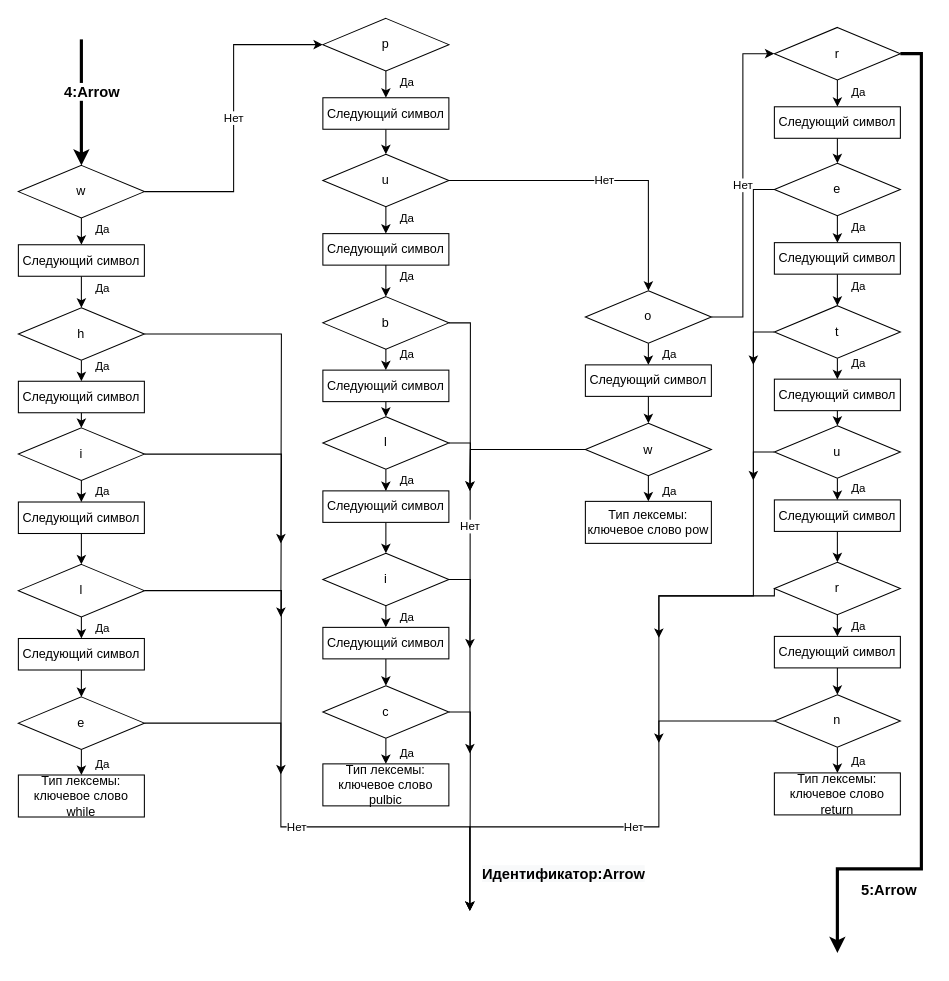
This is finally_automat5.drawio from DieNice/CourseTranslator, a draw.io file, before an edit. Source tidied: cells renumbered, new cells numbered last; positions are measured from the earlier drawing's top-left corner, leaving out a move shared by most shapes. Both pictures are drawn from the tidied source at 105%, with x=0, y=0 at pixel (18, 18).
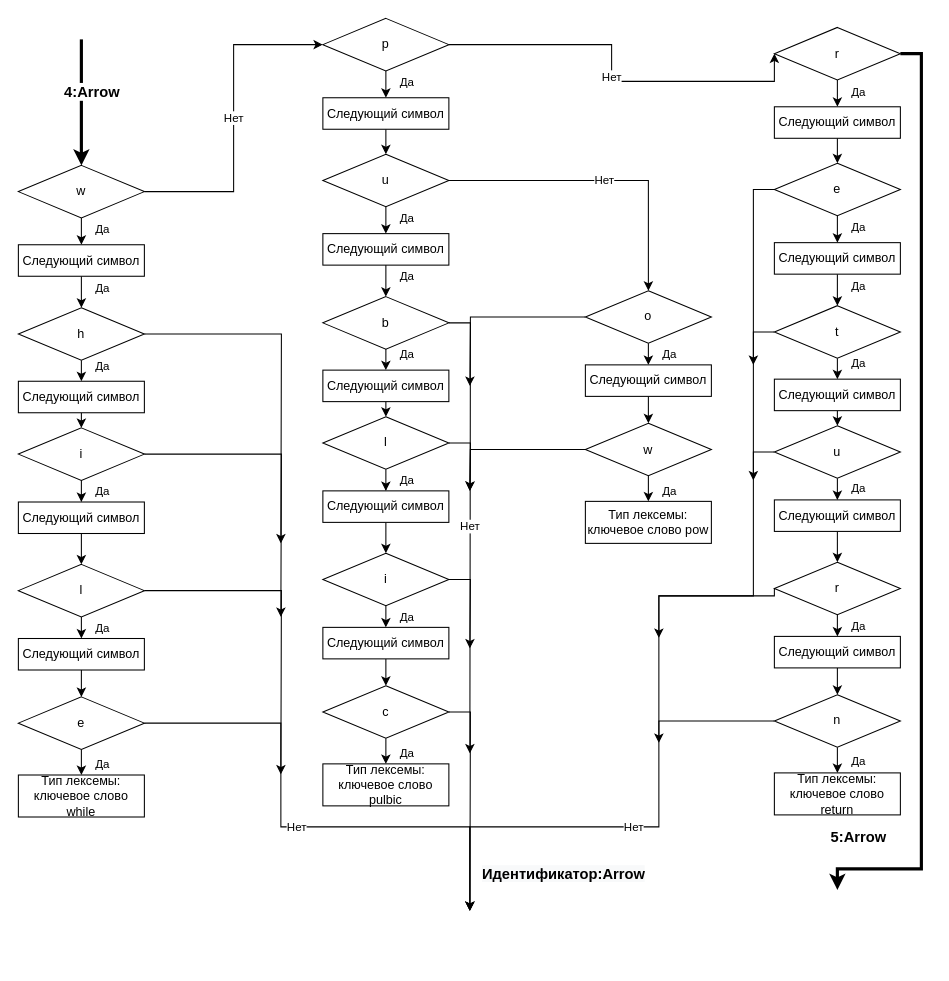
The same diagram, later.

The change refers to these unchanged cells:
```xml
<mxCell id="55" value="o" style="rhombus;whiteSpace=wrap;html=1;" parent="1" vertex="1">
  <mxGeometry x="540" y="259.4" width="120" height="50" as="geometry" />
</mxCell>
<mxCell id="64" value="p" style="rhombus;whiteSpace=wrap;html=1;" parent="1" vertex="1">
  <mxGeometry x="290" width="120" height="50" as="geometry" />
</mxCell>
<mxCell id="94" value="r" style="rhombus;whiteSpace=wrap;html=1;" parent="1" vertex="1">
  <mxGeometry x="720" y="8.6" width="120" height="50" as="geometry" />
</mxCell>
```

Diff of the diagram source:
```diff
@@
-    <mxCell id="54" value="Нет" style="edgeStyle=orthogonalEdgeStyle;rounded=0;jettySize=auto;html=1;exitX=1;exitY=0.5;exitDx=0;exitDy=0;entryX=0;entryY=0.5;entryDx=0;entryDy=0;" parent="1" edge="1" source="55" target="94">
-      <mxGeometry relative="1" as="geometry" />
+    <mxCell id="54" value="Нет" style="edgeStyle=orthogonalEdgeStyle;rounded=0;jettySize=auto;html=1;exitX=1;exitY=0.5;exitDx=0;exitDy=0;entryX=0;entryY=0.5;entryDx=0;entryDy=0;" parent="1" edge="1" source="64" target="94">
+      <mxGeometry relative="1" as="geometry">
+        <Array as="points">
+          <mxPoint x="565" y="25" />
+          <mxPoint x="565" y="60" />
+          <mxPoint x="720" y="60" />
+        </Array>
+      </mxGeometry>
     </mxCell>
+    <mxCell id="98" style="edgeStyle=orthogonalEdgeStyle;rounded=0;jettySize=auto;html=1;exitX=0;exitY=0.5;exitDx=0;exitDy=0;" parent="1" edge="1" source="55">
+      <mxGeometry relative="1" as="geometry">
+        <mxPoint x="430" y="350" as="targetPoint" />
+      </mxGeometry>
+    </mxCell>
@@
-    <mxCell id="93" value="&lt;font style=&quot;font-size: 14px&quot;&gt;&lt;b&gt;5:Arrow&lt;/b&gt;&lt;/font&gt;" style="edgeStyle=orthogonalEdgeStyle;rounded=0;jettySize=auto;html=1;exitX=1;exitY=0.5;exitDx=0;exitDy=0;entryX=0.5;entryY=0;entryDx=0;entryDy=0;strokeWidth=3;" parent="1" edge="1" source="94">
-      <mxGeometry x="0.73" y="20" relative="1" as="geometry">
-        <mxPoint x="780" y="890" as="targetPoint" />
+    <mxCell id="93" value="&lt;font style=&quot;font-size: 14px&quot;&gt;&lt;b&gt;5:Arrow&lt;/b&gt;&lt;/font&gt;" style="edgeStyle=orthogonalEdgeStyle;rounded=0;jettySize=auto;html=1;exitX=1;exitY=0.5;exitDx=0;exitDy=0;strokeWidth=3;" parent="1" edge="1" source="94">
+      <mxGeometry x="0.91" y="-30" relative="1" as="geometry">
+        <mxPoint x="780" y="830" as="targetPoint" />
         <Array as="points">
           <mxPoint x="860" y="34" />
           <mxPoint x="860" y="810" />
           <mxPoint x="780" y="810" />
         </Array>
       </mxGeometry>
     </mxCell>
```
